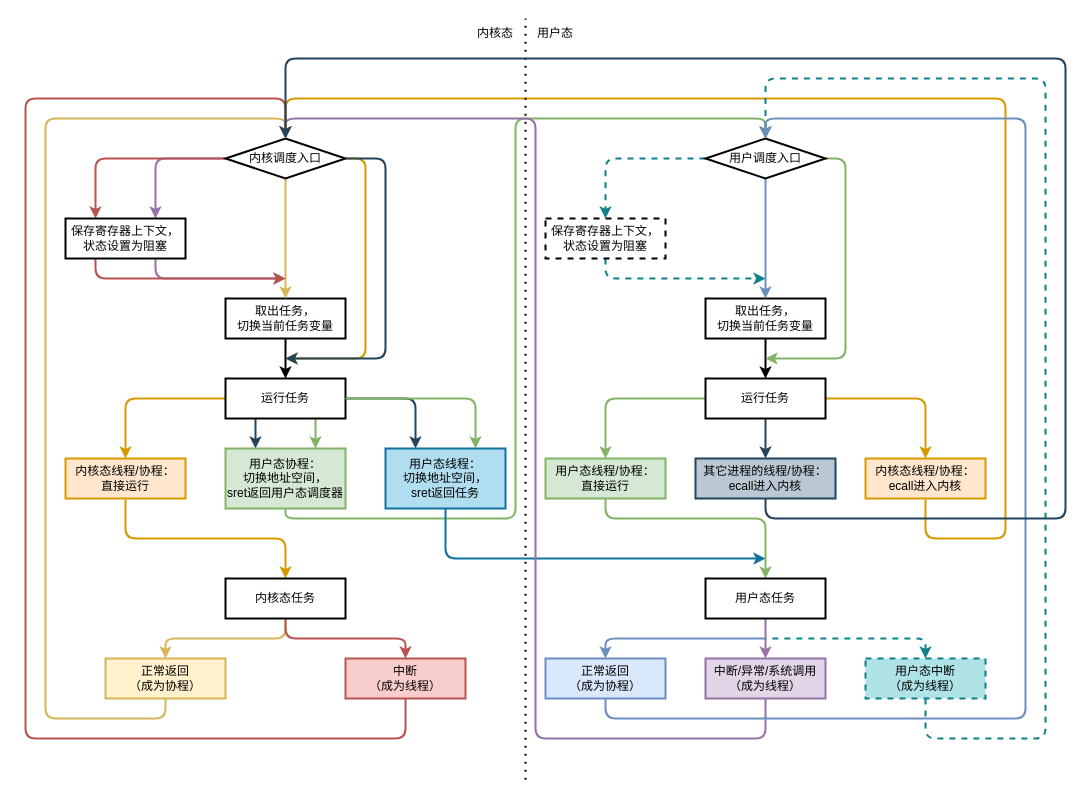
Above: 26.3.9~26.3.15/任务切换模型.drawio in rosy233333/weekly-progress (draw.io), before the change. Source tidied: cells renumbered, new cells numbered last; positions are measured from the earlier drawing's top-left corner, leaving out a move shared by most shapes. Both pictures are drawn from the tidied source at 100%, with x=0, y=0 at pixel (-415, 18).
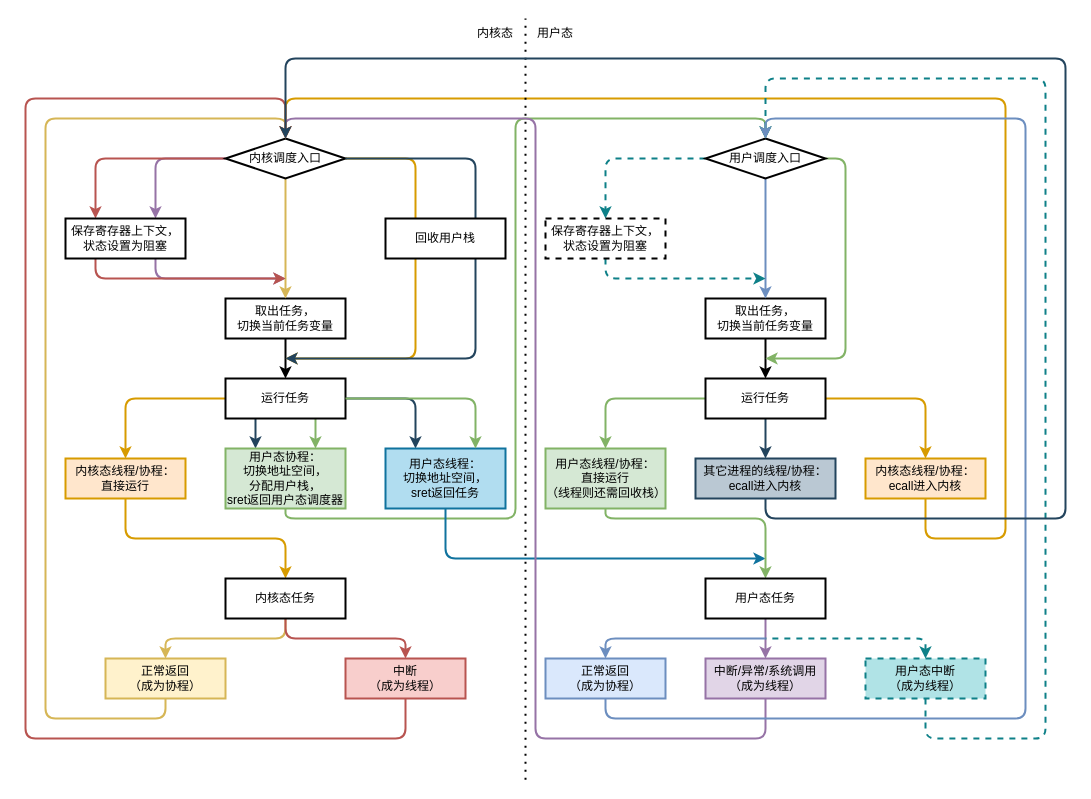
Above is the later version.

Commit message (it also covers changes not shown here):
在流程图和接口中增加了栈管理相关内容。

The change refers to these unchanged cells:
```xml
<mxCell id="14" value="内核调度入口" style="rhombus;whiteSpace=wrap;html=1;strokeWidth=2;" parent="1" vertex="1">
  <mxGeometry x="640" y="120" width="120" height="40" as="geometry" />
</mxCell>
```

Diff of the diagram source:
```diff
@@
     <mxCell id="11" style="edgeStyle=orthogonalEdgeStyle;html=1;exitX=1;exitY=0.5;exitDx=0;exitDy=0;fillColor=#ffe6cc;strokeColor=#d79b00;strokeWidth=2;" parent="1" edge="1" source="14">
       <mxGeometry relative="1" as="geometry">
         <mxPoint x="700" y="340" as="targetPoint" />
         <Array as="points">
-          <mxPoint x="780" y="140" />
-          <mxPoint x="780" y="340" />
+          <mxPoint x="830" y="140" />
+          <mxPoint x="830" y="340" />
         </Array>
       </mxGeometry>
     </mxCell>
@@
-    <mxCell id="21" value="&lt;font style=&quot;color: rgb(0, 0, 0);&quot;&gt;用户态协程：&lt;/font&gt;&lt;div&gt;&lt;font style=&quot;color: rgb(0, 0, 0);&quot;&gt;切换地址空间，&lt;br&gt;&lt;/font&gt;&lt;div&gt;&lt;font style=&quot;color: rgb(0, 0, 0);&quot;&gt;sret返回用户态调度器&lt;/font&gt;&lt;/div&gt;&lt;/div&gt;" style="rounded=0;whiteSpace=wrap;html=1;strokeWidth=2;fillColor=#d5e8d4;strokeColor=#82b366;" parent="1" vertex="1">
+    <mxCell id="21" value="&lt;font style=&quot;color: rgb(0, 0, 0);&quot;&gt;用户态协程：&lt;/font&gt;&lt;div&gt;&lt;font style=&quot;color: rgb(0, 0, 0);&quot;&gt;切换地址空间，&lt;/font&gt;&lt;/div&gt;&lt;div&gt;&lt;font style=&quot;color: rgb(0, 0, 0);&quot;&gt;&lt;font style=&quot;color: rgb(0, 0, 0);&quot;&gt;分配用户栈，&lt;/font&gt;&lt;br&gt;&lt;/font&gt;&lt;div&gt;&lt;font style=&quot;color: rgb(0, 0, 0);&quot;&gt;sret返回用户态调度器&lt;/font&gt;&lt;/div&gt;&lt;/div&gt;" style="rounded=0;whiteSpace=wrap;html=1;strokeWidth=2;fillColor=#d5e8d4;strokeColor=#82b366;" parent="1" vertex="1">
       <mxGeometry x="640" y="430" width="120" height="60" as="geometry" />
     </mxCell>
@@
-    <mxCell id="37" value="&lt;font style=&quot;color: rgb(0, 0, 0);&quot;&gt;用户态线程/协程：&lt;/font&gt;&lt;div&gt;&lt;font style=&quot;color: rgb(0, 0, 0);&quot;&gt;直接运行&lt;/font&gt;&lt;/div&gt;" style="rounded=0;whiteSpace=wrap;html=1;strokeWidth=2;fillColor=#d5e8d4;strokeColor=#82b366;" parent="1" vertex="1">
-      <mxGeometry x="960" y="440" width="120" height="40" as="geometry" />
+    <mxCell id="37" value="&lt;font style=&quot;color: rgb(0, 0, 0);&quot;&gt;用户态线程/协程：&lt;/font&gt;&lt;div&gt;&lt;font style=&quot;color: rgb(0, 0, 0);&quot;&gt;直接运行&lt;/font&gt;&lt;/div&gt;&lt;div&gt;&lt;font style=&quot;color: rgb(0, 0, 0);&quot;&gt;（线程则还需回收栈）&lt;/font&gt;&lt;/div&gt;" style="rounded=0;whiteSpace=wrap;html=1;strokeWidth=2;fillColor=#d5e8d4;strokeColor=#82b366;" parent="1" vertex="1">
+      <mxGeometry x="960" y="430" width="120" height="60" as="geometry" />
     </mxCell>
@@
     <mxCell id="62" style="edgeStyle=orthogonalEdgeStyle;html=1;exitX=1;exitY=0.5;exitDx=0;exitDy=0;fillColor=#bac8d3;strokeColor=#23445d;strokeWidth=2;" parent="1" edge="1">
       <mxGeometry relative="1" as="geometry">
         <mxPoint x="760" y="140" as="sourcePoint" />
         <mxPoint x="700" y="340" as="targetPoint" />
         <Array as="points">
-          <mxPoint x="800" y="140" />
-          <mxPoint x="800" y="340" />
+          <mxPoint x="890" y="140" />
+          <mxPoint x="890" y="340" />
         </Array>
       </mxGeometry>
     </mxCell>
@@
+    <mxCell id="64" value="回收用户栈" style="rounded=0;whiteSpace=wrap;html=1;strokeWidth=2;" parent="1" vertex="1">
+      <mxGeometry x="800" y="200" width="120" height="40" as="geometry" />
+    </mxCell>
```
